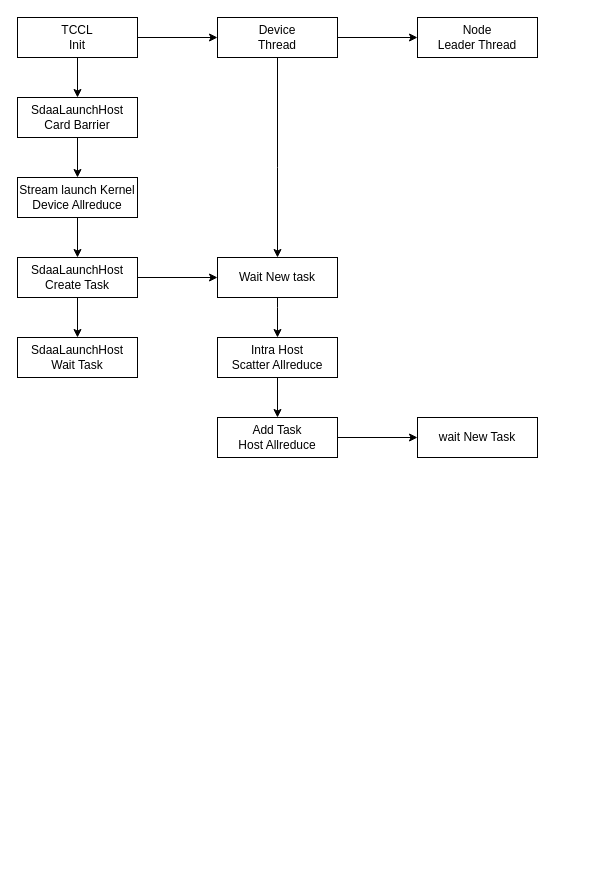
The draw.io diagram tcclworkflow.drawio in BEYHHH/SBLP, before the edit. Source tidied: cells renumbered, new cells numbered last; positions are measured from the earlier drawing's top-left corner, leaving out a move shared by most shapes. Both pictures are drawn from the tidied source at 100%, with x=0, y=0 at pixel (17, 17).
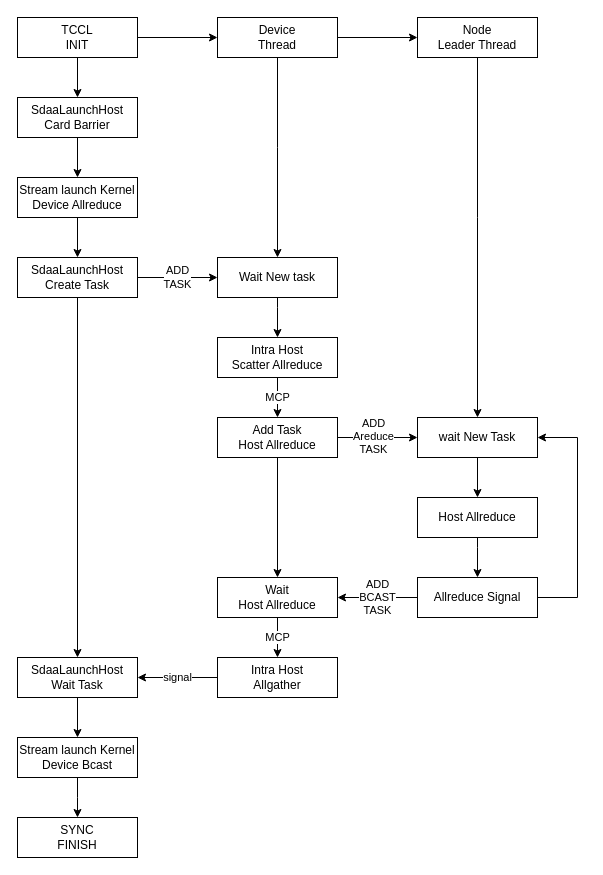
After the change.

Unchanged cells that the change refers to:
```xml
<mxCell id="8" value="SdaaLaunchHost&lt;br&gt;Create Task" style="rounded=0;whiteSpace=wrap;html=1;" parent="1" vertex="1">
  <mxGeometry y="240" width="120" height="40" as="geometry" />
</mxCell>
<mxCell id="10" value="Wait New task" style="rounded=0;whiteSpace=wrap;html=1;" parent="1" vertex="1">
  <mxGeometry x="200" y="240" width="120" height="40" as="geometry" />
</mxCell>
<mxCell id="11" style="edgeStyle=orthogonalEdgeStyle;rounded=0;jettySize=auto;html=1;" parent="1" edge="1" source="12" target="21">
  <mxGeometry relative="1" as="geometry" />
</mxCell>
<mxCell id="12" value="Add Task&lt;br&gt;Host Allreduce" style="rounded=0;whiteSpace=wrap;html=1;" parent="1" vertex="1">
  <mxGeometry x="200" y="400" width="120" height="40" as="geometry" />
</mxCell>
<mxCell id="18" value="Device&lt;br&gt;Thread" style="rounded=0;whiteSpace=wrap;html=1;" parent="1" vertex="1">
  <mxGeometry x="200" width="120" height="40" as="geometry" />
</mxCell>
<mxCell id="19" value="Node&lt;br&gt;Leader Thread" style="rounded=0;whiteSpace=wrap;html=1;" parent="1" vertex="1">
  <mxGeometry x="400" width="120" height="40" as="geometry" />
</mxCell>
<mxCell id="21" value="wait New Task" style="rounded=0;whiteSpace=wrap;html=1;" parent="1" vertex="1">
  <mxGeometry x="400" y="400" width="120" height="40" as="geometry" />
</mxCell>
<mxCell id="23" value="Intra Host&lt;br style=&quot;border-color: var(--border-color);&quot;&gt;Scatter Allreduce" style="rounded=0;whiteSpace=wrap;html=1;" parent="1" vertex="1">
  <mxGeometry x="200" y="320" width="120" height="40" as="geometry" />
</mxCell>
```

Diff of the diagram source:
```diff
@@
-    <mxCell id="6" style="edgeStyle=orthogonalEdgeStyle;rounded=0;jettySize=auto;html=1;" parent="1" edge="1" source="8" target="10">
+    <mxCell id="6" value="ADD&lt;br&gt;TASK" style="edgeStyle=orthogonalEdgeStyle;rounded=0;jettySize=auto;html=1;" parent="1" edge="1" source="8" target="10">
       <mxGeometry relative="1" as="geometry" />
     </mxCell>
@@
+    <mxCell id="24" value="ADD&lt;br&gt;Areduce&lt;br&gt;TASK" style="edgeLabel;html=1;align=center;verticalAlign=middle;" parent="11" vertex="1">
+      <mxGeometry x="-0.12" y="2" relative="1" as="geometry" />
+    </mxCell>
+    <mxCell id="25" style="edgeStyle=orthogonalEdgeStyle;rounded=0;jettySize=auto;html=1;" parent="1" edge="1" source="12" target="35">
+      <mxGeometry relative="1" as="geometry" />
+    </mxCell>
@@
+    <mxCell id="26" style="edgeStyle=orthogonalEdgeStyle;rounded=0;jettySize=auto;html=1;" parent="1" edge="1" source="13" target="39">
+      <mxGeometry relative="1" as="geometry" />
+    </mxCell>
     <mxCell id="13" value="SdaaLaunchHost&lt;br&gt;Wait Task" style="rounded=0;whiteSpace=wrap;html=1;" parent="1" vertex="1">
-      <mxGeometry y="320" width="120" height="40" as="geometry" />
+      <mxGeometry y="640" width="120" height="40" as="geometry" />
     </mxCell>
@@
-    <mxCell id="16" value="TCCL&lt;br&gt;Init" style="rounded=0;whiteSpace=wrap;html=1;" parent="1" vertex="1">
+    <mxCell id="16" value="TCCL&lt;br&gt;INIT" style="rounded=0;whiteSpace=wrap;html=1;" parent="1" vertex="1">
       <mxGeometry width="120" height="40" as="geometry" />
     </mxCell>
@@
     <mxCell id="20" style="edgeStyle=orthogonalEdgeStyle;rounded=0;jettySize=auto;html=1;exitX=0.5;exitY=1;exitDx=0;exitDy=0;entryX=0.5;entryY=0;entryDx=0;entryDy=0;" parent="1" edge="1" source="18" target="10">
       <mxGeometry relative="1" as="geometry">
         <Array as="points">
-          <mxPoint x="260" y="150" />
-          <mxPoint x="260" y="150" />
+          <mxPoint x="260" y="130" />
+          <mxPoint x="260" y="130" />
         </Array>
       </mxGeometry>
     </mxCell>
+    <mxCell id="27" style="edgeStyle=orthogonalEdgeStyle;rounded=0;jettySize=auto;html=1;" parent="1" edge="1" source="21" target="30">
+      <mxGeometry relative="1" as="geometry" />
+    </mxCell>
@@
-    <mxCell id="22" style="edgeStyle=orthogonalEdgeStyle;rounded=0;jettySize=auto;html=1;" parent="1" edge="1" source="23" target="12">
-      <mxGeometry relative="1" as="geometry" />
+    <mxCell id="22" value="MCP" style="edgeStyle=orthogonalEdgeStyle;rounded=0;jettySize=auto;html=1;" parent="1" edge="1" source="23" target="12">
+      <mxGeometry relative="1" as="geometry">
+        <Array as="points">
+          <mxPoint x="260" y="380" />
+          <mxPoint x="260" y="380" />
+        </Array>
+      </mxGeometry>
     </mxCell>
@@
+    <mxCell id="28" style="edgeStyle=orthogonalEdgeStyle;rounded=0;jettySize=auto;html=1;exitX=0.5;exitY=1;exitDx=0;exitDy=0;entryX=0.5;entryY=0;entryDx=0;entryDy=0;" parent="1" edge="1" source="19" target="21">
+      <mxGeometry relative="1" as="geometry">
+        <Array as="points">
+          <mxPoint x="460" y="200" />
+          <mxPoint x="460" y="200" />
+        </Array>
+      </mxGeometry>
+    </mxCell>
+    <mxCell id="29" style="edgeStyle=orthogonalEdgeStyle;rounded=0;jettySize=auto;html=1;" parent="1" edge="1" source="30" target="32">
+      <mxGeometry relative="1" as="geometry">
+        <Array as="points">
+          <mxPoint x="460" y="530" />
+          <mxPoint x="460" y="530" />
+        </Array>
+      </mxGeometry>
+    </mxCell>
+    <mxCell id="30" value="Host Allreduce" style="rounded=0;whiteSpace=wrap;html=1;" parent="1" vertex="1">
+      <mxGeometry x="400" y="480" width="120" height="40" as="geometry" />
+    </mxCell>
+    <mxCell id="31" value="ADD&lt;br&gt;BCAST&lt;br&gt;TASK" style="edgeStyle=orthogonalEdgeStyle;rounded=0;jettySize=auto;html=1;" parent="1" edge="1" source="32" target="35">
+      <mxGeometry relative="1" as="geometry" />
+    </mxCell>
+    <mxCell id="32" value="Allreduce Signal" style="rounded=0;whiteSpace=wrap;html=1;" parent="1" vertex="1">
+      <mxGeometry x="400" y="560" width="120" height="40" as="geometry" />
+    </mxCell>
+    <mxCell id="33" style="edgeStyle=orthogonalEdgeStyle;rounded=0;jettySize=auto;html=1;exitX=1;exitY=0.5;exitDx=0;exitDy=0;entryX=1;entryY=0.5;entryDx=0;entryDy=0;" parent="1" edge="1" source="32" target="21">
+      <mxGeometry relative="1" as="geometry">
+        <Array as="points">
+          <mxPoint x="560" y="580" />
+          <mxPoint x="560" y="420" />
+        </Array>
+      </mxGeometry>
+    </mxCell>
+    <mxCell id="34" value="MCP" style="edgeStyle=orthogonalEdgeStyle;rounded=0;jettySize=auto;html=1;" parent="1" edge="1" source="35" target="37">
+      <mxGeometry relative="1" as="geometry" />
+    </mxCell>
+    <mxCell id="35" value="Wait &lt;br&gt;Host Allreduce" style="rounded=0;whiteSpace=wrap;html=1;" parent="1" vertex="1">
+      <mxGeometry x="200" y="560" width="120" height="40" as="geometry" />
+    </mxCell>
+    <mxCell id="36" value="signal" style="edgeStyle=orthogonalEdgeStyle;rounded=0;jettySize=auto;html=1;" parent="1" edge="1" source="37" target="13">
+      <mxGeometry relative="1" as="geometry">
+        <Array as="points">
+          <mxPoint x="160" y="660" />
+          <mxPoint x="160" y="660" />
+        </Array>
+      </mxGeometry>
+    </mxCell>
+    <mxCell id="37" value="Intra Host&lt;br&gt;Allgather" style="rounded=0;whiteSpace=wrap;html=1;" parent="1" vertex="1">
+      <mxGeometry x="200" y="640" width="120" height="40" as="geometry" />
+    </mxCell>
+    <mxCell id="38" style="edgeStyle=orthogonalEdgeStyle;rounded=0;jettySize=auto;html=1;" parent="1" edge="1" source="39" target="40">
+      <mxGeometry relative="1" as="geometry">
+        <Array as="points">
+          <mxPoint x="60" y="780" />
+          <mxPoint x="60" y="780" />
+        </Array>
+      </mxGeometry>
+    </mxCell>
+    <mxCell id="39" value="Stream launch Kernel&lt;br&gt;Device Bcast" style="rounded=0;whiteSpace=wrap;html=1;" parent="1" vertex="1">
+      <mxGeometry y="720" width="120" height="40" as="geometry" />
+    </mxCell>
+    <mxCell id="40" value="SYNC&lt;br&gt;FINISH" style="rounded=0;whiteSpace=wrap;html=1;" parent="1" vertex="1">
+      <mxGeometry y="800" width="120" height="40" as="geometry" />
+    </mxCell>
```
